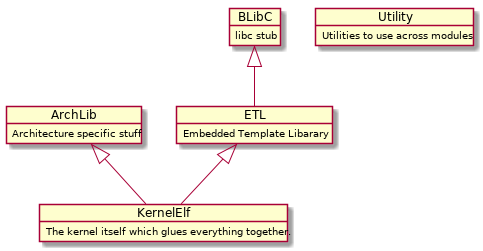
The PlantUML diagram Docs/ModuleDiagram.png in cbladt/BladtOS, before a commit.
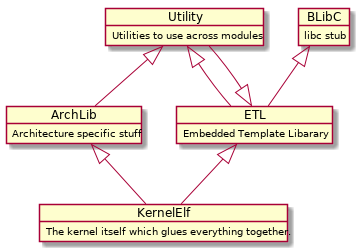
After the change.

Diff of the diagram source:
```diff
@@ -20,4 +20,10 @@
 ArchLib <|-- KernelElf
 ETL <|-- KernelElf
 
+ETL <|-- Utility
+
+Utility <|-- ArchLib
+Utility <|-- ETL
+
+
 @enduml
```
